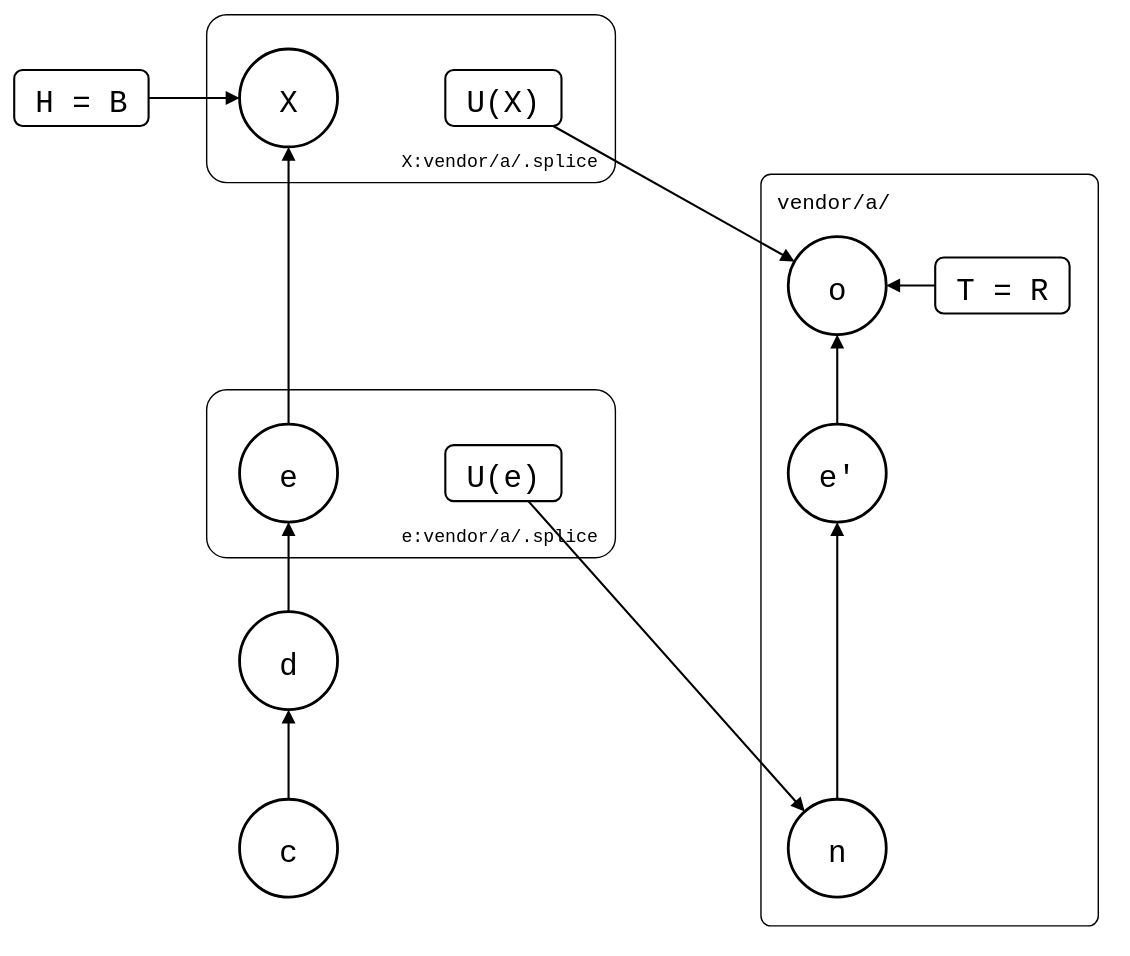
roschaefer/git-splice keeps this draw.io diagram as test/scenarios/bisect-into-a-pull/after-a-push/after-a-push.drawio.svg. Above is the earlier version. Source tidied: cells renumbered, new cells last; positions are measured from the earlier drawing's top-left corner, leaving out a move shared by most shapes.
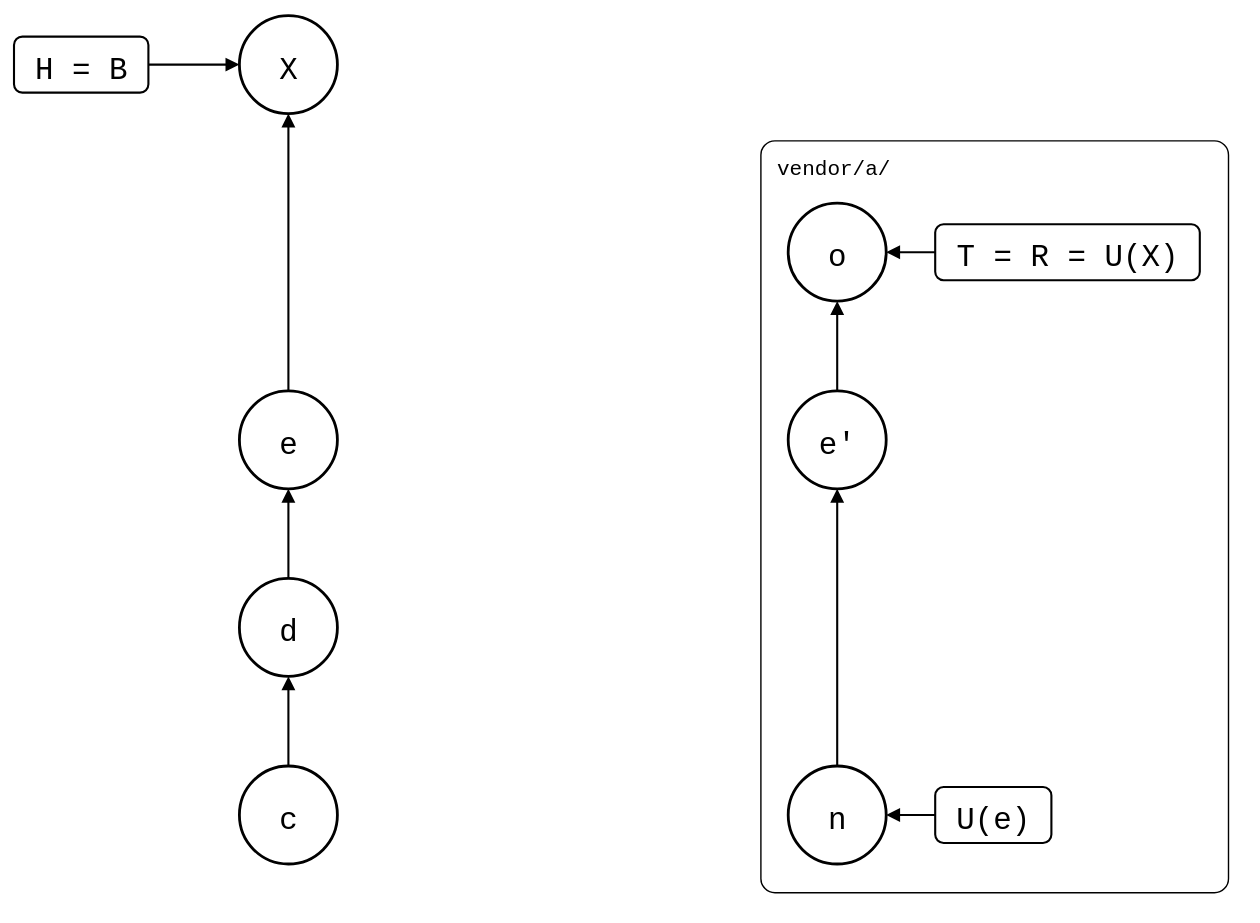
After the change.

Diff of the diagram source:
```diff
@@ -3,14 +3,8 @@
     <mxCell id="0" />
     <mxCell id="1" parent="0" />
     <mxCell id="2" value="vendor/a/" style="rounded=1;arcSize=3;fillColor=none;strokeWidth=1;fontSize=15;verticalAlign=top;align=left;spacingLeft=10;spacingTop=4;fontFamily=Roboto Mono,monospace;" parent="1" vertex="1">
-      <mxGeometry x="533" y="114" width="241" height="537" as="geometry" />
+      <mxGeometry x="533" y="114" width="334" height="537" as="geometry" />
     </mxCell>
-    <mxCell id="3" value="e:vendor/a/.splice" style="rounded=1;arcSize=12;fillColor=none;strokeWidth=1;fontSize=13;verticalAlign=bottom;spacingBottom=6;spacingLeft=10;spacingRight=10;fontFamily=Roboto Mono,monospace;align=right;" parent="1" vertex="1">
-      <mxGeometry x="137" y="268" width="292" height="120" as="geometry" />
-    </mxCell>
-    <mxCell id="4" value="X:vendor/a/.splice" style="rounded=1;arcSize=12;fillColor=none;strokeWidth=1;fontSize=13;verticalAlign=bottom;spacingBottom=6;spacingLeft=10;spacingRight=10;fontFamily=Roboto Mono,monospace;align=right;" parent="1" vertex="1">
-      <mxGeometry x="137" width="292" height="120" as="geometry" />
-    </mxCell>
     <mxCell id="5" value="c" style="ellipse;strokeWidth=2;fontSize=22;fontFamily=Roboto Mono,monospace;" parent="1" vertex="1">
       <mxGeometry x="161" y="561" width="70" height="70" as="geometry" />
     </mxCell>
@@ -38,24 +32,18 @@
     <mxCell id="13" style="endArrow=block;endFill=1;html=1;strokeWidth=1.5;rounded=0;" parent="1" edge="1" source="12" target="8">
       <mxGeometry relative="1" as="geometry" />
     </mxCell>
-    <mxCell id="14" value="T = R" style="rounded=1;strokeWidth=1.5;fontSize=22;fontFamily=Roboto Mono,monospace;" parent="1" vertex="1">
-      <mxGeometry x="658" y="174" width="96" height="40" as="geometry" />
+    <mxCell id="14" value="T = R = U(X)" style="rounded=1;strokeWidth=1.5;fontSize=22;fontFamily=Roboto Mono,monospace;" parent="1" vertex="1">
+      <mxGeometry x="658" y="174" width="189" height="40" as="geometry" />
     </mxCell>
     <mxCell id="15" style="endArrow=block;endFill=1;html=1;strokeWidth=1.5;rounded=0;" parent="1" edge="1" source="14" target="11">
       <mxGeometry relative="1" as="geometry" />
     </mxCell>
     <mxCell id="16" value="U(e)" style="rounded=1;strokeWidth=1.5;fontSize=22;fontFamily=Roboto Mono,monospace;" parent="1" vertex="1">
-      <mxGeometry x="308" y="308" width="83" height="40" as="geometry" />
+      <mxGeometry x="658" y="576" width="83" height="40" as="geometry" />
     </mxCell>
     <mxCell id="17" style="endArrow=block;endFill=1;html=1;strokeWidth=1.5;rounded=0;" parent="1" edge="1" source="16" target="9">
       <mxGeometry relative="1" as="geometry" />
     </mxCell>
-    <mxCell id="18" value="U(X)" style="rounded=1;strokeWidth=1.5;fontSize=22;fontFamily=Roboto Mono,monospace;" parent="1" vertex="1">
-      <mxGeometry x="308" y="40" width="83" height="40" as="geometry" />
-    </mxCell>
-    <mxCell id="19" style="endArrow=block;endFill=1;html=1;strokeWidth=1.5;rounded=0;" parent="1" edge="1" source="18" target="11">
-      <mxGeometry relative="1" as="geometry" />
-    </mxCell>
     <mxCell id="20" style="endArrow=block;endFill=1;html=1;strokeWidth=1.5;rounded=0;" parent="1" edge="1" source="5" target="6">
       <mxGeometry relative="1" as="geometry" />
     </mxCell>
```
